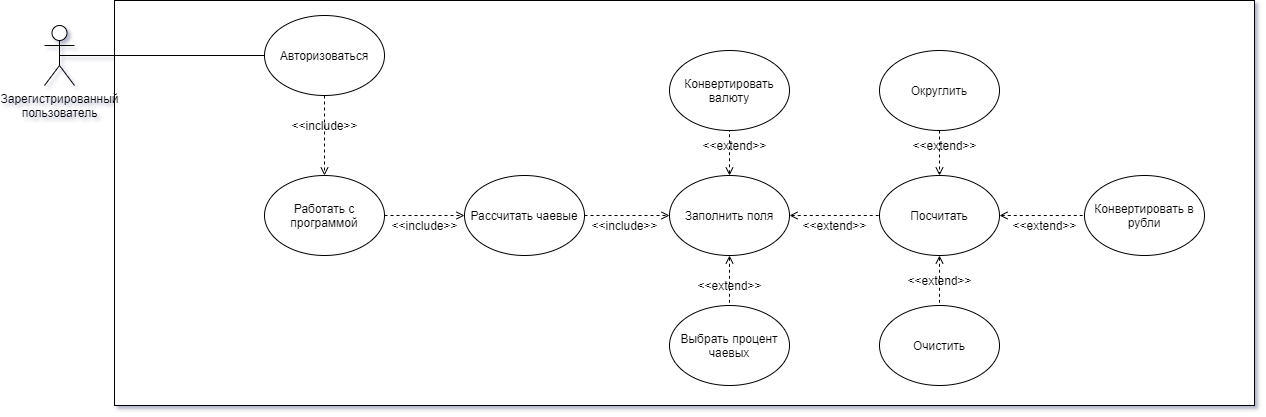
Above: изображения/дви гостя.png in Alex-Machine/pm02 (draw.io), before the change. Source tidied: cells renumbered, new cells last; positions are measured from the earlier drawing's top-left corner, leaving out a move shared by most shapes. The source it was exported from:
```xml
<mxGraphModel shadow="1">
  <root>
    <mxCell id="0" />
    <mxCell id="1" parent="0" />
    <mxCell id="2" style="rounded=0;whiteSpace=wrap;html=1;" parent="1" vertex="1">
      <mxGeometry x="70" width="1140" height="405" as="geometry" />
    </mxCell>
    <mxCell id="3" style="edgeStyle=none;rounded=0;jettySize=auto;html=1;exitX=0.5;exitY=0.5;exitDx=0;exitDy=0;exitPerimeter=0;entryX=0;entryY=0.5;entryDx=0;entryDy=0;startArrow=none;startFill=0;endArrow=none;endFill=0;" parent="1" edge="1" source="4" target="15">
      <mxGeometry relative="1" as="geometry" />
    </mxCell>
    <mxCell id="4" value="Зарегистрированный&lt;br&gt;пользователь" style="shape=umlActor;verticalLabelPosition=bottom;verticalAlign=top;html=1;outlineConnect=0;" parent="1" vertex="1">
      <mxGeometry y="25" width="30" height="60" as="geometry" />
    </mxCell>
    <mxCell id="5" value="Конвертировать валюту" style="ellipse;whiteSpace=wrap;html=1;" parent="1" vertex="1">
      <mxGeometry x="625" y="50" width="120" height="80" as="geometry" />
    </mxCell>
    <mxCell id="6" value="Выбрать процент чаевых" style="ellipse;whiteSpace=wrap;html=1;" parent="1" vertex="1">
      <mxGeometry x="625" y="305" width="120" height="80" as="geometry" />
    </mxCell>
    <mxCell id="7" style="rounded=0;jettySize=auto;html=1;exitX=1;exitY=0.5;exitDx=0;exitDy=0;entryX=0;entryY=0.5;entryDx=0;entryDy=0;dashed=1;startArrow=open;startFill=0;endArrow=none;endFill=0;" parent="1" edge="1" source="9" target="13">
      <mxGeometry relative="1" as="geometry" />
    </mxCell>
    <mxCell id="8" style="edgeStyle=orthogonalEdgeStyle;rounded=0;jettySize=auto;html=1;exitX=0.5;exitY=1;exitDx=0;exitDy=0;entryX=0.5;entryY=0;entryDx=0;entryDy=0;dashed=1;startArrow=open;startFill=0;endArrow=none;endFill=0;" parent="1" edge="1" source="9" target="12">
      <mxGeometry relative="1" as="geometry" />
    </mxCell>
    <mxCell id="9" value="Посчитать" style="ellipse;whiteSpace=wrap;html=1;" parent="1" vertex="1">
      <mxGeometry x="835" y="175" width="120" height="80" as="geometry" />
    </mxCell>
    <mxCell id="10" style="edgeStyle=orthogonalEdgeStyle;rounded=0;jettySize=auto;html=1;exitX=0.5;exitY=1;exitDx=0;exitDy=0;entryX=0.5;entryY=0;entryDx=0;entryDy=0;dashed=1;startArrow=none;startFill=0;endArrow=open;endFill=0;" parent="1" edge="1" source="11" target="9">
      <mxGeometry relative="1" as="geometry" />
    </mxCell>
    <mxCell id="11" value="Округлить" style="ellipse;whiteSpace=wrap;html=1;" parent="1" vertex="1">
      <mxGeometry x="835" y="50" width="120" height="80" as="geometry" />
    </mxCell>
    <mxCell id="12" value="Очистить" style="ellipse;whiteSpace=wrap;html=1;" parent="1" vertex="1">
      <mxGeometry x="835" y="305" width="120" height="80" as="geometry" />
    </mxCell>
    <mxCell id="13" value="Конвертировать в рубли" style="ellipse;whiteSpace=wrap;html=1;" parent="1" vertex="1">
      <mxGeometry x="1040" y="175" width="120" height="80" as="geometry" />
    </mxCell>
    <mxCell id="14" style="edgeStyle=orthogonalEdgeStyle;rounded=0;jettySize=auto;html=1;exitX=0.5;exitY=1;exitDx=0;exitDy=0;entryX=0.5;entryY=0;entryDx=0;entryDy=0;startArrow=none;startFill=0;endArrow=open;endFill=0;dashed=1;" parent="1" edge="1" source="15" target="18">
      <mxGeometry relative="1" as="geometry" />
    </mxCell>
    <mxCell id="15" value="Авторизоваться" style="ellipse;whiteSpace=wrap;html=1;" parent="1" vertex="1">
      <mxGeometry x="220" y="15" width="120" height="80" as="geometry" />
    </mxCell>
    <mxCell id="16" style="edgeStyle=none;rounded=0;orthogonalLoop=1;jettySize=auto;html=1;entryX=0;entryY=0;entryDx=0;entryDy=0;dashed=1;startArrow=none;startFill=0;endArrow=classic;endFill=1;" parent="1" edge="1" source="15" target="15">
      <mxGeometry relative="1" as="geometry" />
    </mxCell>
    <mxCell id="17" style="edgeStyle=orthogonalEdgeStyle;rounded=0;jettySize=auto;html=1;exitX=1;exitY=0.5;exitDx=0;exitDy=0;entryX=0;entryY=0.5;entryDx=0;entryDy=0;dashed=1;startArrow=none;startFill=0;endArrow=open;endFill=0;" parent="1" edge="1" source="18" target="24">
      <mxGeometry relative="1" as="geometry" />
    </mxCell>
    <mxCell id="18" value="Работать с программой" style="ellipse;whiteSpace=wrap;html=1;" parent="1" vertex="1">
      <mxGeometry x="220" y="175" width="120" height="80" as="geometry" />
    </mxCell>
    <mxCell id="19" style="edgeStyle=orthogonalEdgeStyle;rounded=0;jettySize=auto;html=1;exitX=0.5;exitY=1;exitDx=0;exitDy=0;entryX=0.5;entryY=0;entryDx=0;entryDy=0;dashed=1;startArrow=open;startFill=0;endArrow=none;endFill=0;" parent="1" edge="1" source="22" target="6">
      <mxGeometry relative="1" as="geometry" />
    </mxCell>
    <mxCell id="20" style="edgeStyle=orthogonalEdgeStyle;rounded=0;jettySize=auto;html=1;exitX=0.5;exitY=0;exitDx=0;exitDy=0;entryX=0.5;entryY=1;entryDx=0;entryDy=0;dashed=1;startArrow=open;startFill=0;endArrow=none;endFill=0;" parent="1" edge="1" source="22" target="5">
      <mxGeometry relative="1" as="geometry" />
    </mxCell>
    <mxCell id="21" style="edgeStyle=orthogonalEdgeStyle;rounded=0;jettySize=auto;html=1;exitX=1;exitY=0.5;exitDx=0;exitDy=0;entryX=0;entryY=0.5;entryDx=0;entryDy=0;dashed=1;startArrow=open;startFill=0;endArrow=none;endFill=0;" parent="1" edge="1" source="22" target="9">
      <mxGeometry relative="1" as="geometry" />
    </mxCell>
    <mxCell id="22" value="Заполнить поля" style="ellipse;whiteSpace=wrap;html=1;" parent="1" vertex="1">
      <mxGeometry x="625" y="175" width="120" height="80" as="geometry" />
    </mxCell>
    <mxCell id="23" style="edgeStyle=orthogonalEdgeStyle;rounded=0;jettySize=auto;html=1;exitX=1;exitY=0.5;exitDx=0;exitDy=0;entryX=0;entryY=0.5;entryDx=0;entryDy=0;dashed=1;startArrow=none;startFill=0;endArrow=open;endFill=0;" parent="1" edge="1" source="24" target="22">
      <mxGeometry relative="1" as="geometry" />
    </mxCell>
    <mxCell id="24" value="Рассчитать чаевые" style="ellipse;whiteSpace=wrap;html=1;" parent="1" vertex="1">
      <mxGeometry x="420" y="175" width="120" height="80" as="geometry" />
    </mxCell>
    <mxCell id="25" value="&amp;lt;&amp;lt;include&amp;gt;&amp;gt;" style="text;html=1;align=center;verticalAlign=middle;strokeColor=none;rotation=0;" parent="1" vertex="1">
      <mxGeometry x="540" y="215" width="80" height="20" as="geometry" />
    </mxCell>
    <mxCell id="26" value="&amp;lt;&amp;lt;include&amp;gt;&amp;gt;" style="text;html=1;align=center;verticalAlign=middle;strokeColor=none;rotation=0;" parent="1" vertex="1">
      <mxGeometry x="340" y="215" width="80" height="20" as="geometry" />
    </mxCell>
    <mxCell id="27" value="&amp;lt;&amp;lt;extend&amp;gt;&amp;gt;" style="text;html=1;align=center;verticalAlign=middle;strokeColor=none;rotation=0;" parent="1" vertex="1">
      <mxGeometry x="750" y="215" width="80" height="20" as="geometry" />
    </mxCell>
    <mxCell id="28" value="&amp;lt;&amp;lt;extend&amp;gt;&amp;gt;" style="text;html=1;align=center;verticalAlign=middle;strokeColor=none;rotation=0;" parent="1" vertex="1">
      <mxGeometry x="860" y="135" width="80" height="20" as="geometry" />
    </mxCell>
    <mxCell id="29" value="&amp;lt;&amp;lt;extend&amp;gt;&amp;gt;" style="text;html=1;align=center;verticalAlign=middle;strokeColor=none;rotation=0;" parent="1" vertex="1">
      <mxGeometry x="650" y="135" width="80" height="20" as="geometry" />
    </mxCell>
    <mxCell id="30" value="&amp;lt;&amp;lt;extend&amp;gt;&amp;gt;" style="text;html=1;align=center;verticalAlign=middle;strokeColor=none;rotation=0;" parent="1" vertex="1">
      <mxGeometry x="960" y="215" width="80" height="20" as="geometry" />
    </mxCell>
    <mxCell id="31" value="&amp;lt;&amp;lt;extend&amp;gt;&amp;gt;" style="text;html=1;align=center;verticalAlign=middle;strokeColor=none;rotation=0;" parent="1" vertex="1">
      <mxGeometry x="855" y="270" width="80" height="20" as="geometry" />
    </mxCell>
    <mxCell id="32" value="&amp;lt;&amp;lt;extend&amp;gt;&amp;gt;" style="text;html=1;align=center;verticalAlign=middle;strokeColor=none;rotation=0;" parent="1" vertex="1">
      <mxGeometry x="645" y="275" width="80" height="20" as="geometry" />
    </mxCell>
    <mxCell id="33" value="&amp;lt;&amp;lt;include&amp;gt;&amp;gt;" style="text;html=1;align=center;verticalAlign=middle;strokeColor=none;rotation=0;" parent="1" vertex="1">
      <mxGeometry x="240" y="115" width="80" height="20" as="geometry" />
    </mxCell>
  </root>
</mxGraphModel>
```
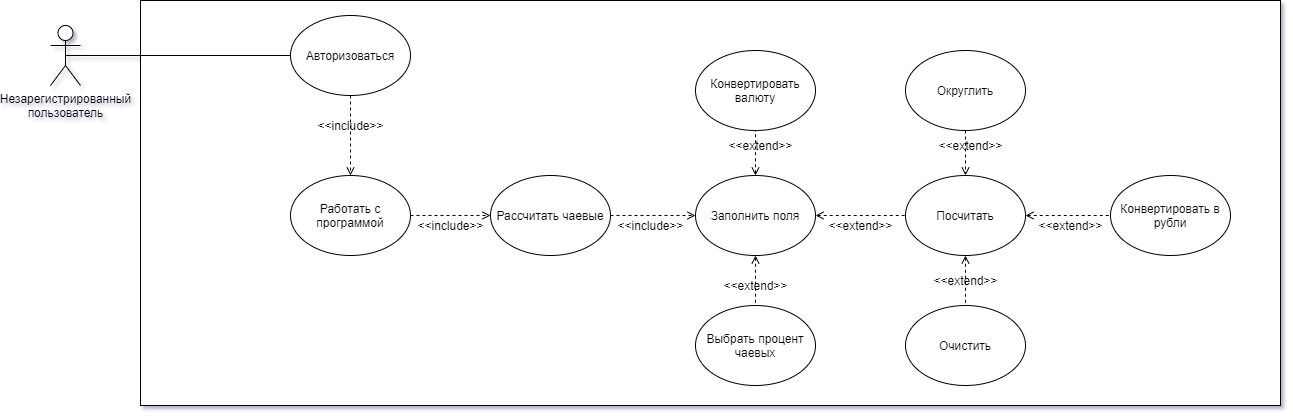
After the commit.

What changed in the source:
```diff
@@ -8,8 +8,8 @@
     <mxCell id="3" style="edgeStyle=none;rounded=0;jettySize=auto;html=1;exitX=0.5;exitY=0.5;exitDx=0;exitDy=0;exitPerimeter=0;entryX=0;entryY=0.5;entryDx=0;entryDy=0;startArrow=none;startFill=0;endArrow=none;endFill=0;" parent="1" edge="1" source="4" target="15">
       <mxGeometry relative="1" as="geometry" />
     </mxCell>
-    <mxCell id="4" value="Зарегистрированный&lt;br&gt;пользователь" style="shape=umlActor;verticalLabelPosition=bottom;verticalAlign=top;html=1;outlineConnect=0;" parent="1" vertex="1">
-      <mxGeometry y="25" width="30" height="60" as="geometry" />
+    <mxCell id="4" value="Незарегистрированный&lt;br&gt;пользователь" style="shape=umlActor;verticalLabelPosition=bottom;verticalAlign=top;html=1;outlineConnect=0;" parent="1" vertex="1">
+      <mxGeometry x="-20" y="25" width="30" height="60" as="geometry" />
     </mxCell>
     <mxCell id="5" value="Конвертировать валюту" style="ellipse;whiteSpace=wrap;html=1;" parent="1" vertex="1">
       <mxGeometry x="625" y="50" width="120" height="80" as="geometry" />
```
